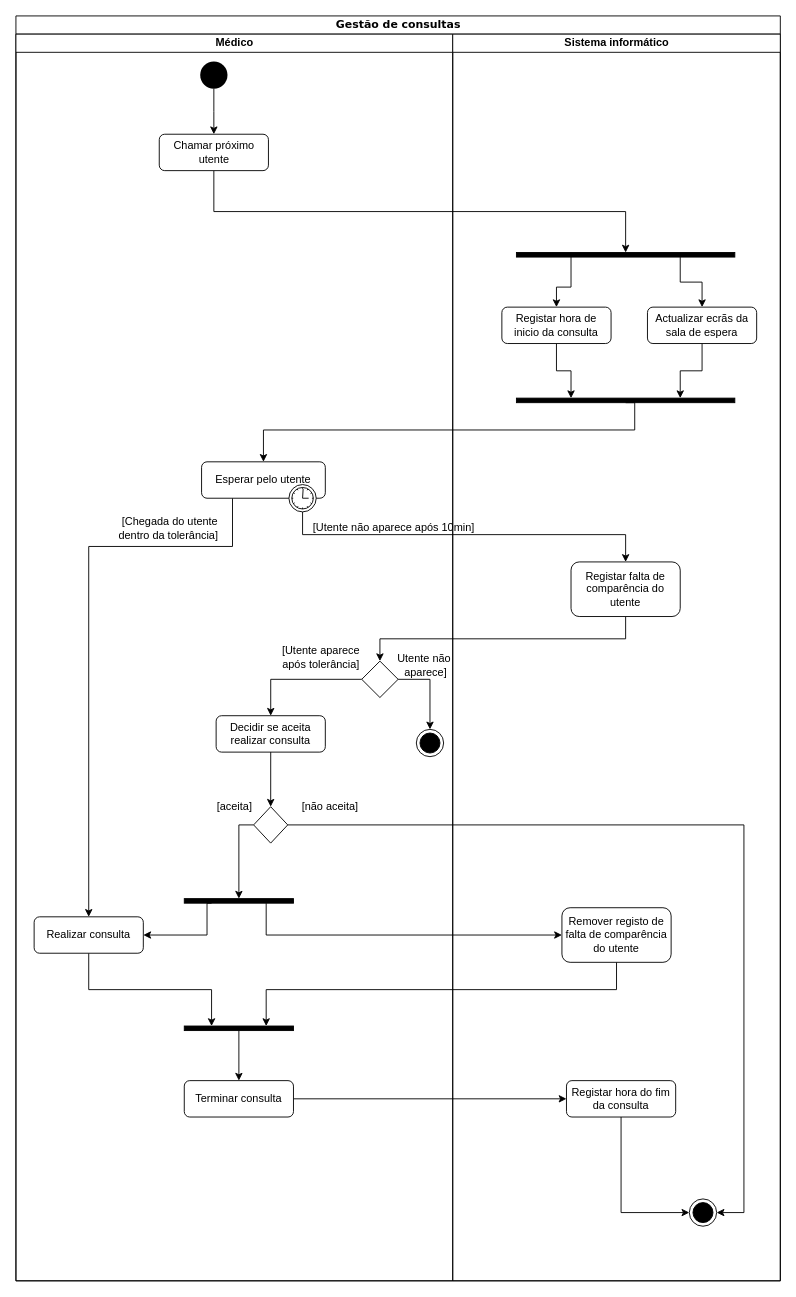
Earlier version of the draw.io diagram page "Gestão consulta" (6 of 6) of Diagramas de actividades.drawio (carlan92/Hospital_Management_System). Source tidied: cells renumbered, new cells numbered last; positions are measured from the earlier drawing's top-left corner, leaving out a move shared by most shapes. Both pictures are drawn from the tidied source at 91%, with x=0, y=0 at pixel (15, 15).
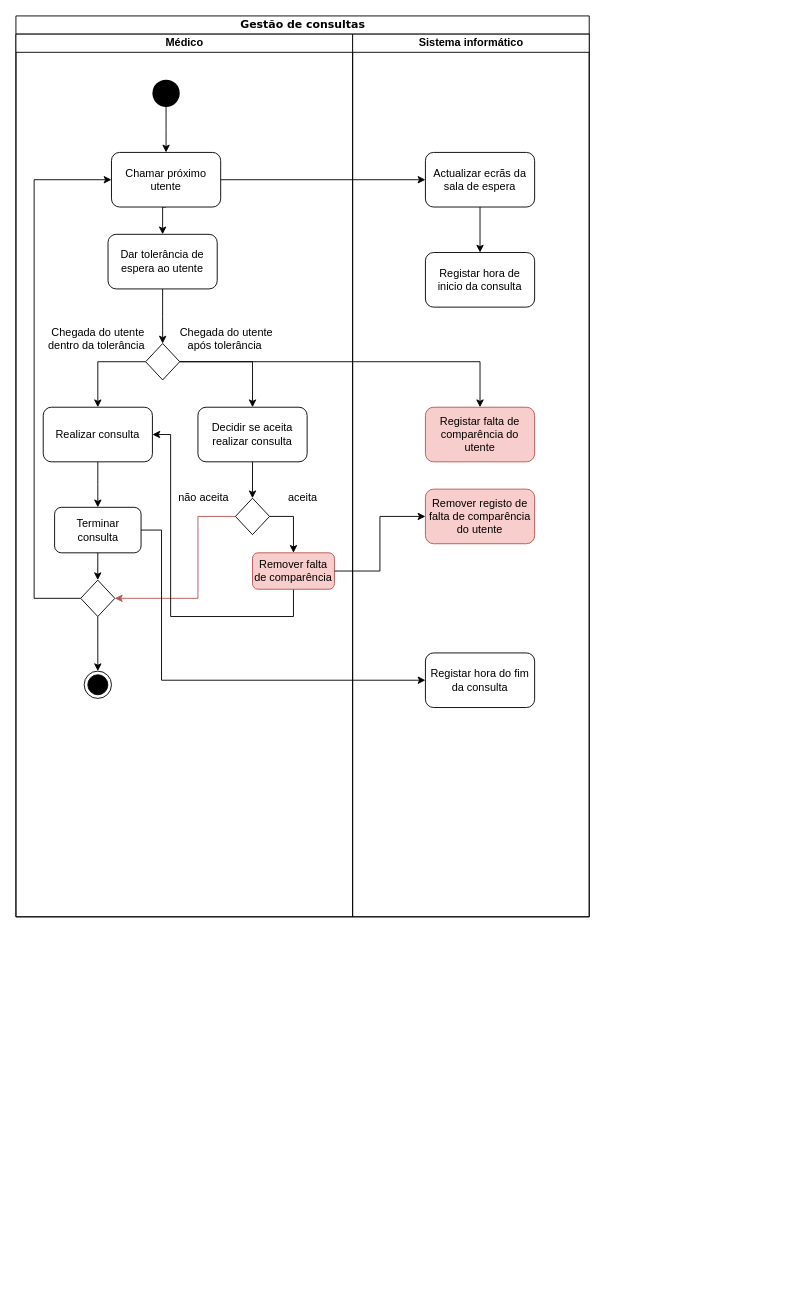
Above is the later version.

The edit, as a diff of the source:
```diff
@@
     <mxCell id="2" value="Gestão de consultas" style="swimlane;html=1;startSize=20;rounded=0;shadow=0;comic=0;labelBackgroundColor=none;strokeWidth=1;fontFamily=Verdana;fontSize=12;align=center;" parent="1" vertex="1">
-      <mxGeometry width="840" height="1390" as="geometry" />
+      <mxGeometry width="630" height="990" as="geometry" />
     </mxCell>
-    <mxCell id="3" style="edgeStyle=orthogonalEdgeStyle;rounded=0;jettySize=auto;html=1;exitX=0.5;exitY=1;exitDx=0;exitDy=0;strokeColor=#000000;" parent="2" edge="1" source="11" target="49">
-      <mxGeometry relative="1" as="geometry" />
-    </mxCell>
-    <mxCell id="4" style="edgeStyle=orthogonalEdgeStyle;rounded=0;jettySize=auto;html=1;exitX=0.5;exitY=0;exitDx=0;exitDy=0;strokeColor=#000000;" parent="2" edge="1" source="50" target="25">
-      <mxGeometry relative="1" as="geometry">
-        <Array as="points">
-          <mxPoint x="680" y="455" />
-          <mxPoint x="272" y="455" />
-        </Array>
-      </mxGeometry>
-    </mxCell>
-    <mxCell id="5" style="edgeStyle=orthogonalEdgeStyle;rounded=0;jettySize=auto;html=1;exitX=0.5;exitY=1;exitDx=0;exitDy=0;exitPerimeter=0;strokeColor=#000000;entryX=0.5;entryY=0;entryDx=0;entryDy=0;" parent="2" edge="1" source="26" target="44">
-      <mxGeometry relative="1" as="geometry">
-        <Array as="points">
-          <mxPoint x="315" y="570" />
-          <mxPoint x="670" y="570" />
-        </Array>
-      </mxGeometry>
-    </mxCell>
-    <mxCell id="6" style="edgeStyle=orthogonalEdgeStyle;rounded=0;jettySize=auto;html=1;exitX=0.25;exitY=0;exitDx=0;exitDy=0;entryX=0;entryY=0.5;entryDx=0;entryDy=0;strokeColor=#000000;" parent="2" edge="1" source="23" target="45">
-      <mxGeometry relative="1" as="geometry">
-        <Array as="points">
-          <mxPoint x="275" y="1010" />
-        </Array>
-      </mxGeometry>
-    </mxCell>
-    <mxCell id="7" style="edgeStyle=orthogonalEdgeStyle;rounded=0;jettySize=auto;html=1;entryX=0;entryY=0.5;entryDx=0;entryDy=0;" parent="2" edge="1" source="18" target="46">
-      <mxGeometry relative="1" as="geometry" />
-    </mxCell>
     <mxCell id="8" value="Médico" style="swimlane;html=1;startSize=20;" parent="2" vertex="1">
-      <mxGeometry y="20" width="480" height="1370" as="geometry" />
+      <mxGeometry y="20" width="370" height="970" as="geometry" />
     </mxCell>
     <mxCell id="9" style="ellipse;fillColor=#000000;strokeColor=none;" parent="8" vertex="1">
-      <mxGeometry x="202.5" y="30" width="30" height="30" as="geometry" />
+      <mxGeometry x="150" y="50" width="30" height="30" as="geometry" />
     </mxCell>
     <mxCell id="10" style="edgeStyle=orthogonalEdgeStyle;rounded=0;jettySize=auto;html=1;exitX=0.5;exitY=1;exitDx=0;exitDy=0;entryX=0.5;entryY=0;entryDx=0;entryDy=0;" parent="8" edge="1" source="9">
       <mxGeometry relative="1" as="geometry">
-        <mxPoint x="217.5" y="110" as="targetPoint" />
+        <mxPoint x="165" y="130" as="targetPoint" />
       </mxGeometry>
     </mxCell>
+    <mxCell id="53" style="edgeStyle=orthogonalEdgeStyle;rounded=0;jettySize=auto;html=1;exitX=0.5;exitY=1;exitDx=0;exitDy=0;entryX=0.5;entryY=0;entryDx=0;entryDy=0;" parent="8" edge="1" source="11" target="55">
+      <mxGeometry relative="1" as="geometry" />
+    </mxCell>
     <mxCell id="11" value="Chamar próximo utente" style="rounded=1;whiteSpace=wrap;html=1;" parent="8" vertex="1">
-      <mxGeometry x="157.5" y="110" width="120" height="40" as="geometry" />
+      <mxGeometry x="105" y="130" width="120" height="60" as="geometry" />
     </mxCell>
+    <mxCell id="54" style="edgeStyle=orthogonalEdgeStyle;rounded=0;jettySize=auto;html=1;exitX=0.5;exitY=1;exitDx=0;exitDy=0;entryX=0.5;entryY=0;entryDx=0;entryDy=0;" parent="8" edge="1" source="55" target="58">
+      <mxGeometry relative="1" as="geometry" />
+    </mxCell>
+    <mxCell id="55" value="Dar tolerância de espera ao utente" style="rounded=1;whiteSpace=wrap;html=1;" parent="8" vertex="1">
+      <mxGeometry x="101.2" y="220" width="120" height="60" as="geometry" />
+    </mxCell>
+    <mxCell id="56" style="edgeStyle=orthogonalEdgeStyle;rounded=0;jettySize=auto;html=1;exitX=0;exitY=0.5;exitDx=0;exitDy=0;entryX=0.5;entryY=0;entryDx=0;entryDy=0;" parent="8" edge="1" source="58" target="13">
+      <mxGeometry relative="1" as="geometry" />
+    </mxCell>
+    <mxCell id="57" style="edgeStyle=orthogonalEdgeStyle;rounded=0;jettySize=auto;html=1;exitX=1;exitY=0.5;exitDx=0;exitDy=0;entryX=0.5;entryY=0;entryDx=0;entryDy=0;" parent="8" edge="1" source="58" target="15">
+      <mxGeometry relative="1" as="geometry" />
+    </mxCell>
+    <mxCell id="58" style="rhombus;whiteSpace=wrap;html=1;" parent="8" vertex="1">
+      <mxGeometry x="142.5" y="340" width="37.5" height="40" as="geometry" />
+    </mxCell>
-    <mxCell id="12" style="edgeStyle=orthogonalEdgeStyle;rounded=0;jettySize=auto;html=1;exitX=0.5;exitY=1;exitDx=0;exitDy=0;entryX=0.75;entryY=1;entryDx=0;entryDy=0;" parent="8" edge="1" source="13" target="35">
+    <mxCell id="12" style="edgeStyle=orthogonalEdgeStyle;rounded=0;jettySize=auto;html=1;exitX=0.5;exitY=1;exitDx=0;exitDy=0;entryX=0.5;entryY=0;entryDx=0;entryDy=0;" parent="8" edge="1" source="13">
       <mxGeometry relative="1" as="geometry">
-        <Array as="points">
-          <mxPoint x="80" y="1050" />
-          <mxPoint x="215" y="1050" />
-        </Array>
+        <mxPoint x="90" y="520" as="targetPoint" />
       </mxGeometry>
     </mxCell>
     <mxCell id="13" value="Realizar consulta" style="rounded=1;whiteSpace=wrap;html=1;" parent="8" vertex="1">
-      <mxGeometry x="20" y="970" width="120" height="40" as="geometry" />
+      <mxGeometry x="30" y="410" width="120" height="60" as="geometry" />
     </mxCell>
@@
     <mxCell id="15" value="Decidir se aceita realizar consulta" style="rounded=1;whiteSpace=wrap;html=1;" parent="8" vertex="1">
-      <mxGeometry x="220" y="749" width="120" height="40" as="geometry" />
+      <mxGeometry x="200" y="410" width="120" height="60" as="geometry" />
     </mxCell>
-    <mxCell id="16" style="edgeStyle=orthogonalEdgeStyle;rounded=0;jettySize=auto;html=1;entryX=0.5;entryY=1;entryDx=0;entryDy=0;exitX=0;exitY=0.5;exitDx=0;exitDy=0;" parent="8" edge="1" source="17" target="23">
-      <mxGeometry relative="1" as="geometry">
-        <Array as="points">
-          <mxPoint x="245" y="869" />
-        </Array>
-      </mxGeometry>
-    </mxCell>
+    <mxCell id="59" style="edgeStyle=orthogonalEdgeStyle;rounded=0;jettySize=auto;html=1;exitX=1;exitY=0.5;exitDx=0;exitDy=0;" parent="8" edge="1" source="17" target="62">
+      <mxGeometry relative="1" as="geometry" />
+    </mxCell>
+    <mxCell id="60" style="edgeStyle=orthogonalEdgeStyle;rounded=0;jettySize=auto;html=1;exitX=0;exitY=0.5;exitDx=0;exitDy=0;entryX=1;entryY=0.5;entryDx=0;entryDy=0;fillColor=#f8cecc;strokeColor=#b85450;" parent="8" edge="1" source="17" target="65">
+      <mxGeometry relative="1" as="geometry">
+        <Array as="points">
+          <mxPoint x="200" y="530" />
+          <mxPoint x="200" y="620" />
+        </Array>
+      </mxGeometry>
+    </mxCell>
     <mxCell id="17" style="rhombus;whiteSpace=wrap;html=1;" parent="8" vertex="1">
-      <mxGeometry x="261.2" y="849" width="37.5" height="40" as="geometry" />
+      <mxGeometry x="241.2" y="510" width="37.5" height="40" as="geometry" />
     </mxCell>
     <mxCell id="18" value="Terminar consulta" style="rounded=1;whiteSpace=wrap;html=1;" parent="8" vertex="1">
-      <mxGeometry x="185" y="1150" width="120" height="40" as="geometry" />
+      <mxGeometry x="42.5" y="520" width="95" height="50" as="geometry" />
     </mxCell>
+    <mxCell id="51" style="ellipse;html=1;shape=endState;fillColor=#000000;strokeColor=#000000;" parent="8" vertex="1">
+      <mxGeometry x="75" y="700" width="30" height="30" as="geometry" />
+    </mxCell>
+    <mxCell id="61" style="edgeStyle=orthogonalEdgeStyle;rounded=0;jettySize=auto;html=1;exitX=0.5;exitY=1;exitDx=0;exitDy=0;entryX=1;entryY=0.5;entryDx=0;entryDy=0;" parent="8" edge="1" source="62" target="13">
+      <mxGeometry relative="1" as="geometry">
+        <Array as="points">
+          <mxPoint x="305" y="640" />
+          <mxPoint x="170" y="640" />
+          <mxPoint x="170" y="440" />
+        </Array>
+      </mxGeometry>
+    </mxCell>
+    <mxCell id="62" value="Remover falta de comparência" style="rounded=1;whiteSpace=wrap;html=1;fillColor=#f8cecc;strokeColor=#b85450;" parent="8" vertex="1">
+      <mxGeometry x="260" y="570" width="90" height="40" as="geometry" />
+    </mxCell>
-    <mxCell id="19" value="[Chegada do utente &lt;br&gt;dentro da tolerância]&amp;nbsp;" style="text;html=1;align=center;verticalAlign=middle;" parent="8" vertex="1">
-      <mxGeometry x="104" y="528" width="130" height="30" as="geometry" />
+    <mxCell id="19" value="Chegada do utente &lt;br&gt;dentro da tolerância&amp;nbsp;" style="text;html=1;align=center;verticalAlign=middle;" parent="8" vertex="1">
+      <mxGeometry x="30" y="320" width="120" height="30" as="geometry" />
     </mxCell>
-    <mxCell id="20" value="[Utente não aparece após&amp;nbsp;10min]" style="text;html=1;align=center;verticalAlign=middle;" parent="8" vertex="1">
-      <mxGeometry x="320" y="533" width="190" height="20" as="geometry" />
+    <mxCell id="20" value="Chegada do utente &lt;br&gt;após tolerância&amp;nbsp;" style="text;html=1;align=center;verticalAlign=middle;" parent="8" vertex="1">
+      <mxGeometry x="171.2" y="320" width="120" height="30" as="geometry" />
     </mxCell>
-    <mxCell id="21" value="[não aceita]" style="text;html=1;align=center;verticalAlign=middle;" parent="8" vertex="1">
-      <mxGeometry x="305" y="839" width="80" height="20" as="geometry" />
+    <mxCell id="21" value="não aceita" style="text;html=1;align=center;verticalAlign=middle;" parent="8" vertex="1">
+      <mxGeometry x="171.2" y="500" width="70" height="20" as="geometry" />
     </mxCell>
-    <mxCell id="22" style="edgeStyle=orthogonalEdgeStyle;rounded=0;jettySize=auto;html=1;entryX=1;entryY=0.5;entryDx=0;entryDy=0;strokeColor=#000000;exitX=0.75;exitY=0;exitDx=0;exitDy=0;" parent="8" edge="1" source="23" target="13">
-      <mxGeometry relative="1" as="geometry">
-        <Array as="points">
-          <mxPoint x="210" y="990" />
-        </Array>
-      </mxGeometry>
-    </mxCell>
-    <mxCell id="23" style="rounded=0;whiteSpace=wrap;html=1;fillColor=#000000;direction=west;" parent="8" vertex="1">
-      <mxGeometry x="185" y="950" width="120" height="5" as="geometry" />
-    </mxCell>
-    <mxCell id="24" style="edgeStyle=orthogonalEdgeStyle;rounded=0;jettySize=auto;html=1;exitX=0.25;exitY=1;exitDx=0;exitDy=0;strokeColor=#000000;entryX=0.5;entryY=0;entryDx=0;entryDy=0;" parent="8" edge="1" source="25" target="13">
-      <mxGeometry relative="1" as="geometry">
-        <Array as="points">
-          <mxPoint x="238" y="563" />
-          <mxPoint x="80" y="563" />
-        </Array>
-      </mxGeometry>
-    </mxCell>
-    <mxCell id="25" value="Esperar pelo utente" style="html=1;whiteSpace=wrap;rounded=1;" parent="8" vertex="1">
-      <mxGeometry x="204" y="470" width="136" height="40" as="geometry" />
-    </mxCell>
-    <mxCell id="26" style="shape=mxgraph.bpmn.timer_start;perimeter=ellipsePerimeter;html=1;verticalLabelPosition=bottom;verticalAlign=top;outlineConnect=0;" parent="25" vertex="1">
-      <mxGeometry x="1" y="1" width="30" height="30" relative="1" as="geometry">
-        <mxPoint x="-40" y="-15" as="offset" />
-      </mxGeometry>
-    </mxCell>
-    <mxCell id="27" style="edgeStyle=orthogonalEdgeStyle;rounded=0;jettySize=auto;html=1;exitX=0;exitY=0.5;exitDx=0;exitDy=0;entryX=0.5;entryY=0;entryDx=0;entryDy=0;strokeColor=#000000;" parent="8" edge="1" source="29" target="15">
-      <mxGeometry relative="1" as="geometry" />
-    </mxCell>
-    <mxCell id="28" style="edgeStyle=orthogonalEdgeStyle;rounded=0;jettySize=auto;html=1;exitX=1;exitY=0.5;exitDx=0;exitDy=0;entryX=0.5;entryY=0;entryDx=0;entryDy=0;strokeColor=#000000;" parent="8" edge="1" source="29" target="30">
-      <mxGeometry relative="1" as="geometry" />
-    </mxCell>
-    <mxCell id="29" style="rhombus;whiteSpace=wrap;html=1;fillColor=#FFFFFF;" parent="8" vertex="1">
-      <mxGeometry x="380" y="689" width="40" height="40" as="geometry" />
-    </mxCell>
-    <mxCell id="30" style="ellipse;html=1;shape=endState;fillColor=#000000;strokeColor=#000000;" parent="8" vertex="1">
-      <mxGeometry x="440" y="764" width="30" height="30" as="geometry" />
-    </mxCell>
-    <mxCell id="31" value="Utente não&amp;nbsp;&lt;br&gt;aparece]" style="text;html=1;align=center;verticalAlign=middle;" parent="8" vertex="1">
-      <mxGeometry x="410" y="679" width="80" height="30" as="geometry" />
-    </mxCell>
-    <mxCell id="32" value="[Utente aparece &lt;br&gt;após tolerância]" style="text;html=1;align=center;verticalAlign=middle;" parent="8" vertex="1">
-      <mxGeometry x="285" y="670" width="100" height="30" as="geometry" />
-    </mxCell>
-    <mxCell id="33" value="[aceita]" style="text;html=1;align=center;verticalAlign=middle;" parent="8" vertex="1">
-      <mxGeometry x="215" y="839" width="50" height="20" as="geometry" />
+    <mxCell id="33" value="aceita" style="text;html=1;align=center;verticalAlign=middle;" parent="8" vertex="1">
+      <mxGeometry x="290" y="500" width="50" height="20" as="geometry" />
     </mxCell>
-    <mxCell id="34" style="edgeStyle=orthogonalEdgeStyle;rounded=0;jettySize=auto;html=1;" parent="8" edge="1" source="35" target="18">
-      <mxGeometry relative="1" as="geometry" />
-    </mxCell>
-    <mxCell id="35" style="rounded=0;whiteSpace=wrap;html=1;fillColor=#000000;direction=west;" parent="8" vertex="1">
-      <mxGeometry x="185" y="1090" width="120" height="5" as="geometry" />
-    </mxCell>
-    <mxCell id="36" style="edgeStyle=orthogonalEdgeStyle;rounded=0;jettySize=auto;html=1;exitX=0.5;exitY=1;exitDx=0;exitDy=0;entryX=0.5;entryY=0;entryDx=0;entryDy=0;strokeColor=#000000;" parent="2" edge="1" source="44" target="29">
-      <mxGeometry relative="1" as="geometry" />
-    </mxCell>
-    <mxCell id="37" style="edgeStyle=orthogonalEdgeStyle;rounded=0;jettySize=auto;html=1;exitX=1;exitY=0.5;exitDx=0;exitDy=0;strokeColor=#000000;entryX=1;entryY=0.5;entryDx=0;entryDy=0;" parent="2" edge="1" source="17" target="51">
-      <mxGeometry relative="1" as="geometry">
-        <Array as="points">
-          <mxPoint x="800" y="889" />
-          <mxPoint x="800" y="1315" />
-        </Array>
-      </mxGeometry>
-    </mxCell>
-    <mxCell id="38" style="edgeStyle=orthogonalEdgeStyle;rounded=0;jettySize=auto;html=1;entryX=0.25;entryY=1;entryDx=0;entryDy=0;exitX=0.5;exitY=1;exitDx=0;exitDy=0;" parent="2" edge="1" source="45" target="35">
-      <mxGeometry relative="1" as="geometry">
-        <Array as="points">
-          <mxPoint x="660" y="1070" />
-          <mxPoint x="275" y="1070" />
-        </Array>
-      </mxGeometry>
-    </mxCell>
+    <mxCell id="63" style="edgeStyle=orthogonalEdgeStyle;rounded=0;jettySize=auto;html=1;exitX=0;exitY=0.5;exitDx=0;exitDy=0;entryX=0;entryY=0.5;entryDx=0;entryDy=0;" parent="8" edge="1" source="65" target="11">
+      <mxGeometry relative="1" as="geometry">
+        <Array as="points">
+          <mxPoint x="20" y="620" />
+          <mxPoint x="20" y="160" />
+        </Array>
+      </mxGeometry>
+    </mxCell>
+    <mxCell id="64" style="edgeStyle=orthogonalEdgeStyle;rounded=0;jettySize=auto;html=1;exitX=0.5;exitY=1;exitDx=0;exitDy=0;entryX=0.5;entryY=0;entryDx=0;entryDy=0;" parent="8" edge="1" source="65" target="51">
+      <mxGeometry relative="1" as="geometry" />
+    </mxCell>
+    <mxCell id="65" style="rhombus;whiteSpace=wrap;html=1;" parent="8" vertex="1">
+      <mxGeometry x="71.2" y="600" width="37.5" height="40" as="geometry" />
+    </mxCell>
     <mxCell id="39" value="Sistema informático" style="swimlane;html=1;startSize=20;" parent="2" vertex="1">
-      <mxGeometry x="480" y="20" width="360" height="1370" as="geometry" />
+      <mxGeometry x="370" y="20" width="260" height="970" as="geometry" />
     </mxCell>
-    <mxCell id="40" style="edgeStyle=orthogonalEdgeStyle;rounded=0;jettySize=auto;html=1;exitX=0.5;exitY=1;exitDx=0;exitDy=0;entryX=0.25;entryY=1;entryDx=0;entryDy=0;" parent="39" edge="1" source="41" target="50">
-      <mxGeometry relative="1" as="geometry" />
-    </mxCell>
+    <mxCell id="66" style="edgeStyle=orthogonalEdgeStyle;rounded=0;jettySize=auto;html=1;exitX=0.5;exitY=1;exitDx=0;exitDy=0;entryX=0.5;entryY=0;entryDx=0;entryDy=0;" parent="39" edge="1" source="41" target="43">
+      <mxGeometry relative="1" as="geometry" />
+    </mxCell>
     <mxCell id="41" value="Actualizar ecrãs da sala de espera" style="rounded=1;whiteSpace=wrap;html=1;" parent="39" vertex="1">
-      <mxGeometry x="214" y="300" width="120" height="40" as="geometry" />
+      <mxGeometry x="80" y="130" width="120" height="60" as="geometry" />
     </mxCell>
-    <mxCell id="42" style="edgeStyle=orthogonalEdgeStyle;rounded=0;jettySize=auto;html=1;exitX=0.5;exitY=1;exitDx=0;exitDy=0;entryX=0.75;entryY=1;entryDx=0;entryDy=0;" parent="39" edge="1" source="43" target="50">
-      <mxGeometry relative="1" as="geometry" />
-    </mxCell>
     <mxCell id="43" value="Registar hora de inicio da consulta" style="rounded=1;whiteSpace=wrap;html=1;" parent="39" vertex="1">
-      <mxGeometry x="54" y="300" width="120" height="40" as="geometry" />
+      <mxGeometry x="80" y="240" width="120" height="60" as="geometry" />
     </mxCell>
-    <mxCell id="44" value="Registar falta de comparência do utente" style="rounded=1;whiteSpace=wrap;html=1;" parent="39" vertex="1">
-      <mxGeometry x="130" y="580" width="120" height="60" as="geometry" />
+    <mxCell id="44" value="Registar falta de comparência do utente" style="rounded=1;whiteSpace=wrap;html=1;fillColor=#f8cecc;strokeColor=#b85450;" parent="39" vertex="1">
+      <mxGeometry x="80" y="410" width="120" height="60" as="geometry" />
     </mxCell>
-    <mxCell id="45" value="Remover registo de falta de comparência do utente" style="rounded=1;whiteSpace=wrap;html=1;" parent="39" vertex="1">
-      <mxGeometry x="120" y="960" width="120" height="60" as="geometry" />
+    <mxCell id="45" value="Remover registo de falta de comparência do utente" style="rounded=1;whiteSpace=wrap;html=1;fillColor=#f8cecc;strokeColor=#b85450;" parent="39" vertex="1">
+      <mxGeometry x="80" y="500" width="120" height="60" as="geometry" />
     </mxCell>
     <mxCell id="46" value="Registar hora do fim da consulta" style="rounded=1;whiteSpace=wrap;html=1;" parent="39" vertex="1">
-      <mxGeometry x="125" y="1150" width="120" height="40" as="geometry" />
+      <mxGeometry x="80" y="680" width="120" height="60" as="geometry" />
     </mxCell>
-    <mxCell id="47" style="edgeStyle=orthogonalEdgeStyle;rounded=0;jettySize=auto;html=1;exitX=0.25;exitY=0;exitDx=0;exitDy=0;entryX=0.5;entryY=0;entryDx=0;entryDy=0;" parent="39" edge="1" source="49" target="41">
-      <mxGeometry relative="1" as="geometry" />
-    </mxCell>
-    <mxCell id="48" style="edgeStyle=orthogonalEdgeStyle;rounded=0;jettySize=auto;html=1;exitX=0.75;exitY=1;exitDx=0;exitDy=0;entryX=0.5;entryY=0;entryDx=0;entryDy=0;" parent="39" edge="1" source="49" target="43">
-      <mxGeometry relative="1" as="geometry">
-        <Array as="points">
-          <mxPoint x="130" y="278" />
-          <mxPoint x="114" y="278" />
-        </Array>
-      </mxGeometry>
-    </mxCell>
-    <mxCell id="49" style="rounded=0;whiteSpace=wrap;html=1;fillColor=#000000;direction=west;" parent="39" vertex="1">
-      <mxGeometry x="70" y="240" width="240" height="5" as="geometry" />
-    </mxCell>
-    <mxCell id="50" style="rounded=0;whiteSpace=wrap;html=1;fillColor=#000000;direction=west;" parent="39" vertex="1">
-      <mxGeometry x="70" y="400" width="240" height="5" as="geometry" />
-    </mxCell>
-    <mxCell id="51" style="ellipse;html=1;shape=endState;fillColor=#000000;strokeColor=#000000;" parent="39" vertex="1">
-      <mxGeometry x="260" y="1280" width="30" height="30" as="geometry" />
-    </mxCell>
-    <mxCell id="52" style="edgeStyle=orthogonalEdgeStyle;rounded=0;jettySize=auto;html=1;exitX=0.5;exitY=1;exitDx=0;exitDy=0;entryX=0;entryY=0.5;entryDx=0;entryDy=0;" parent="39" edge="1" source="46" target="51">
-      <mxGeometry relative="1" as="geometry" />
-    </mxCell>
+    <mxCell id="67" style="edgeStyle=orthogonalEdgeStyle;rounded=0;jettySize=auto;html=1;exitX=1;exitY=0.5;exitDx=0;exitDy=0;entryX=0;entryY=0.5;entryDx=0;entryDy=0;" parent="2" edge="1" source="11" target="41">
+      <mxGeometry relative="1" as="geometry" />
+    </mxCell>
+    <mxCell id="68" style="edgeStyle=orthogonalEdgeStyle;rounded=0;jettySize=auto;html=1;exitX=1;exitY=0.5;exitDx=0;exitDy=0;entryX=0.5;entryY=0;entryDx=0;entryDy=0;" parent="2" edge="1" source="58" target="44">
+      <mxGeometry relative="1" as="geometry" />
+    </mxCell>
+    <mxCell id="69" style="edgeStyle=orthogonalEdgeStyle;rounded=0;jettySize=auto;html=1;exitX=1;exitY=0.5;exitDx=0;exitDy=0;entryX=0;entryY=0.5;entryDx=0;entryDy=0;" parent="2" edge="1" source="62" target="45">
+      <mxGeometry relative="1" as="geometry" />
+    </mxCell>
+    <mxCell id="7" style="edgeStyle=orthogonalEdgeStyle;rounded=0;jettySize=auto;html=1;exitX=1;exitY=0.5;exitDx=0;exitDy=0;entryX=0;entryY=0.5;entryDx=0;entryDy=0;" parent="2" edge="1" source="18" target="46">
+      <mxGeometry relative="1" as="geometry">
+        <Array as="points">
+          <mxPoint x="160" y="565" />
+          <mxPoint x="160" y="730" />
+        </Array>
+      </mxGeometry>
+    </mxCell>
+    <mxCell id="70" style="edgeStyle=orthogonalEdgeStyle;rounded=0;jettySize=auto;html=1;exitX=0.5;exitY=1;exitDx=0;exitDy=0;" parent="1" edge="1" source="18">
+      <mxGeometry relative="1" as="geometry">
+        <mxPoint x="89.9" y="620" as="targetPoint" />
+      </mxGeometry>
+    </mxCell>
```
